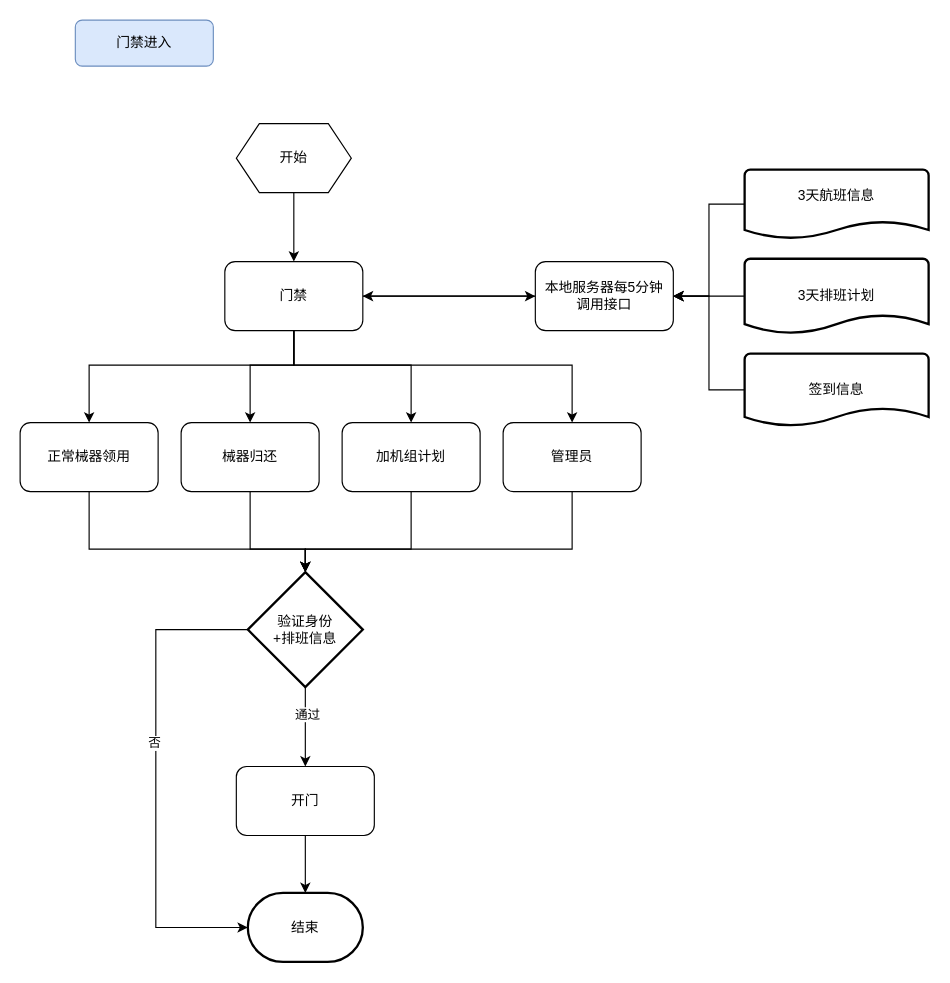
This is xbhangkong2.drawio from HXLMOM/cctest, a draw.io file, before an edit. Source tidied: cells renumbered, new cells numbered last; positions are measured from the earlier drawing's top-left corner, leaving out a move shared by most shapes. Both pictures are drawn from the tidied source at 115%, with x=0, y=0 at pixel (20, 20).
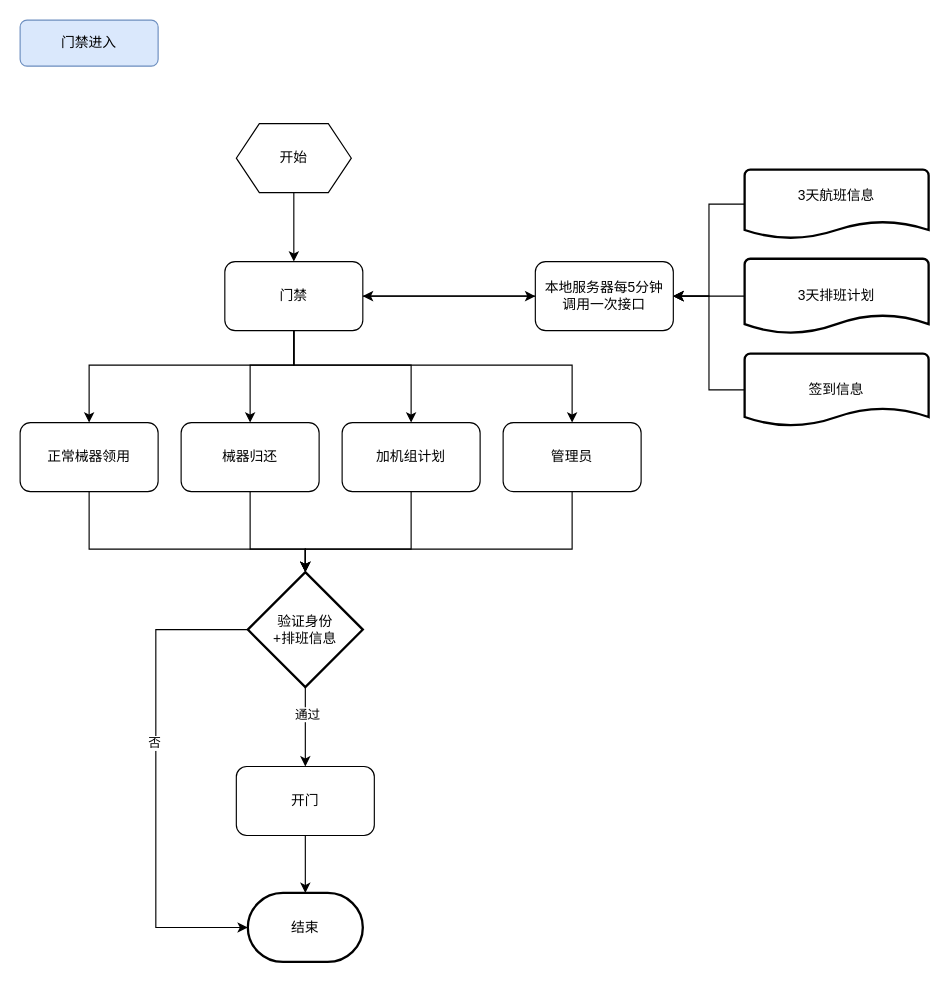
Above is the later version.

Diff of the diagram source:
```diff
@@
     <mxCell id="2" value="门禁进入" style="rounded=1;whiteSpace=wrap;html=1;fontSize=12;glass=0;strokeWidth=1;shadow=0;fillColor=#dae8fc;strokeColor=#6c8ebf;" parent="1" vertex="1">
-      <mxGeometry x="48" width="120" height="40" as="geometry" />
+      <mxGeometry width="120" height="40" as="geometry" />
     </mxCell>
@@
-    <mxCell id="12" value="本地服务器每5分钟&lt;br&gt;调用接口" style="rounded=1;whiteSpace=wrap;html=1;" parent="1" vertex="1">
+    <mxCell id="12" value="本地服务器每5分钟&lt;br&gt;调用一次接口" style="rounded=1;whiteSpace=wrap;html=1;" parent="1" vertex="1">
       <mxGeometry x="448" y="210" width="120" height="60" as="geometry" />
     </mxCell>
```
